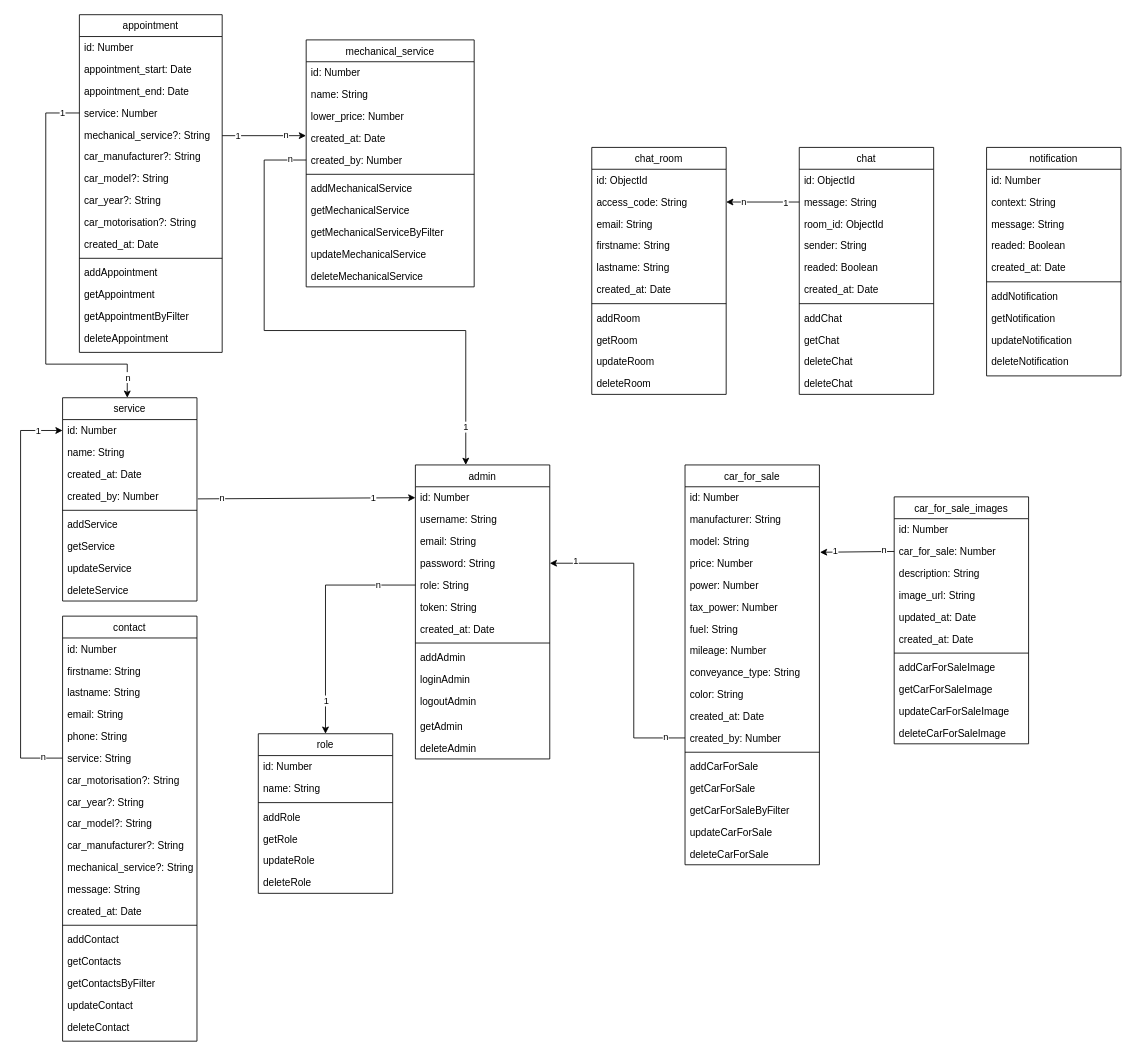
This is documentation/hephaistos-MCD.drawio from nsevendev/hephaistos, a draw.io file, before an edit. Source tidied: cells renumbered, new cells numbered last; positions are measured from the earlier drawing's top-left corner, leaving out a move shared by most shapes. Both pictures are drawn from the tidied source at 84%, with x=0, y=0 at pixel (20, 14).
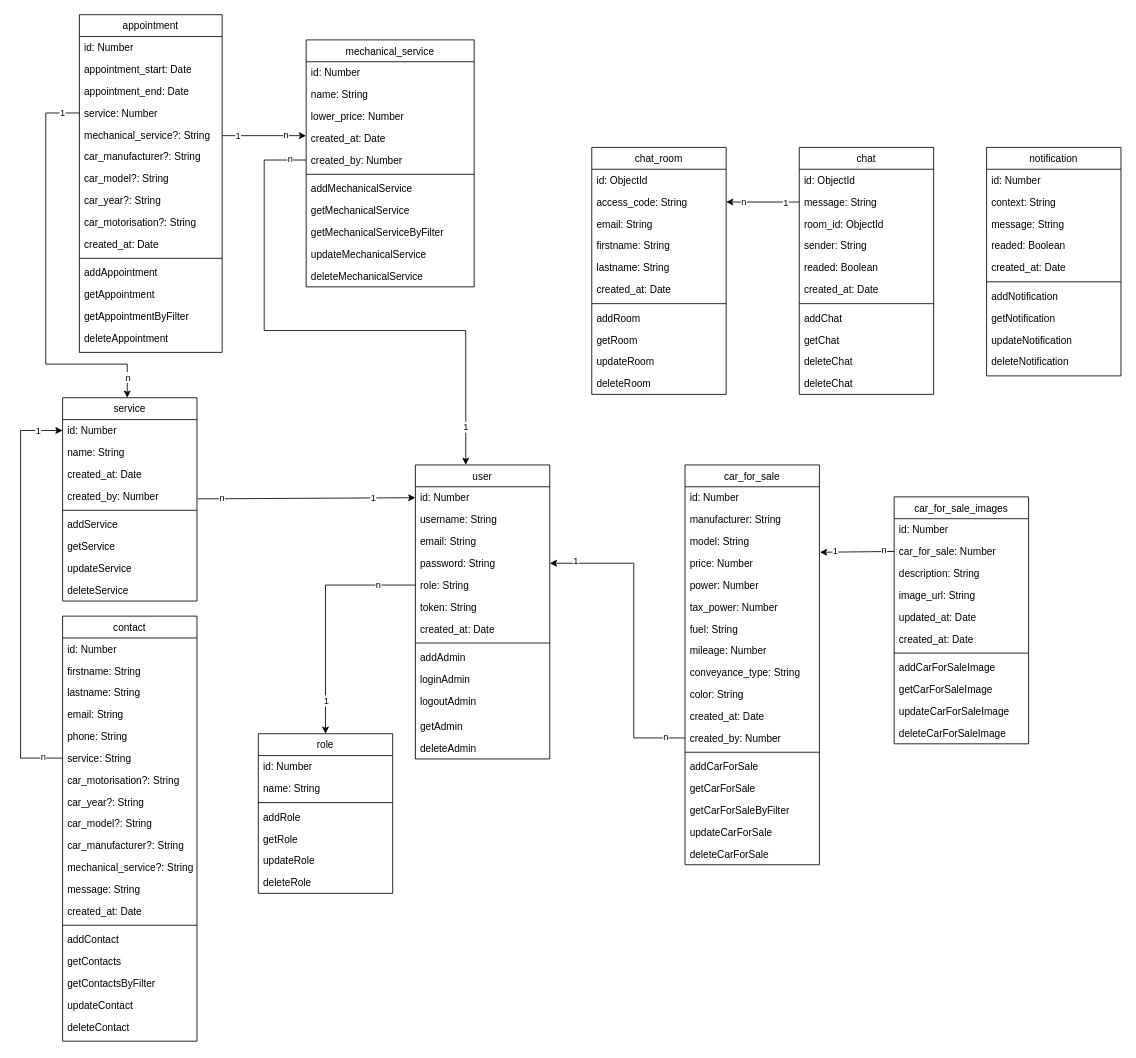
The same page after the edit.

Commit message:
fix admin -> user

What changed in the source:
```diff
@@
-    <mxCell id="60" value="admin" style="swimlane;fontStyle=0;align=center;verticalAlign=top;horizontal=1;startSize=26;rounded=0;shadow=0;strokeWidth=1;" parent="1" vertex="1">
+    <mxCell id="60" value="user" style="swimlane;fontStyle=0;align=center;verticalAlign=top;horizontal=1;startSize=26;rounded=0;shadow=0;strokeWidth=1;" parent="1" vertex="1">
       <mxGeometry x="470" y="536" width="160" height="350" as="geometry" />
     </mxCell>
```
